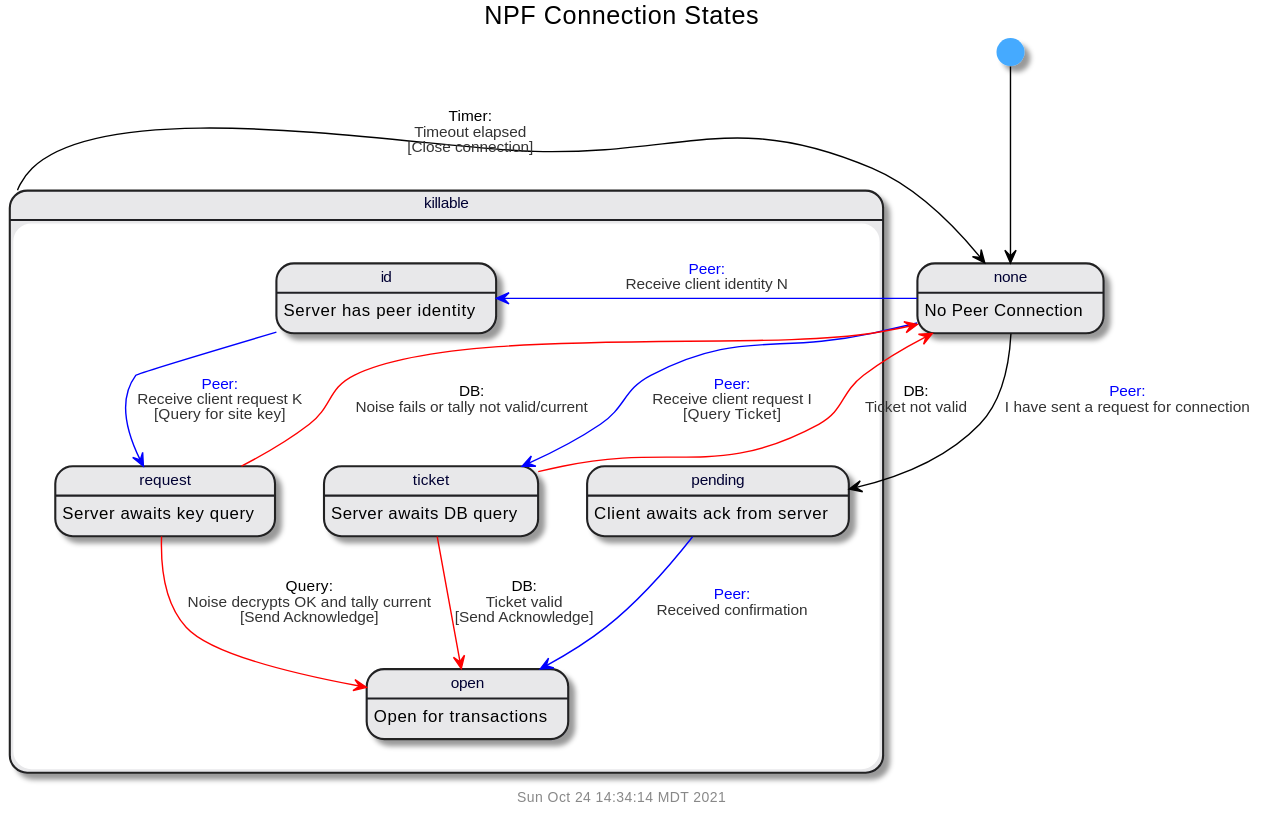
Above: doc/uml/state-noise.svg in gotchoices/MyCHIPs (PlantUML), before the change.
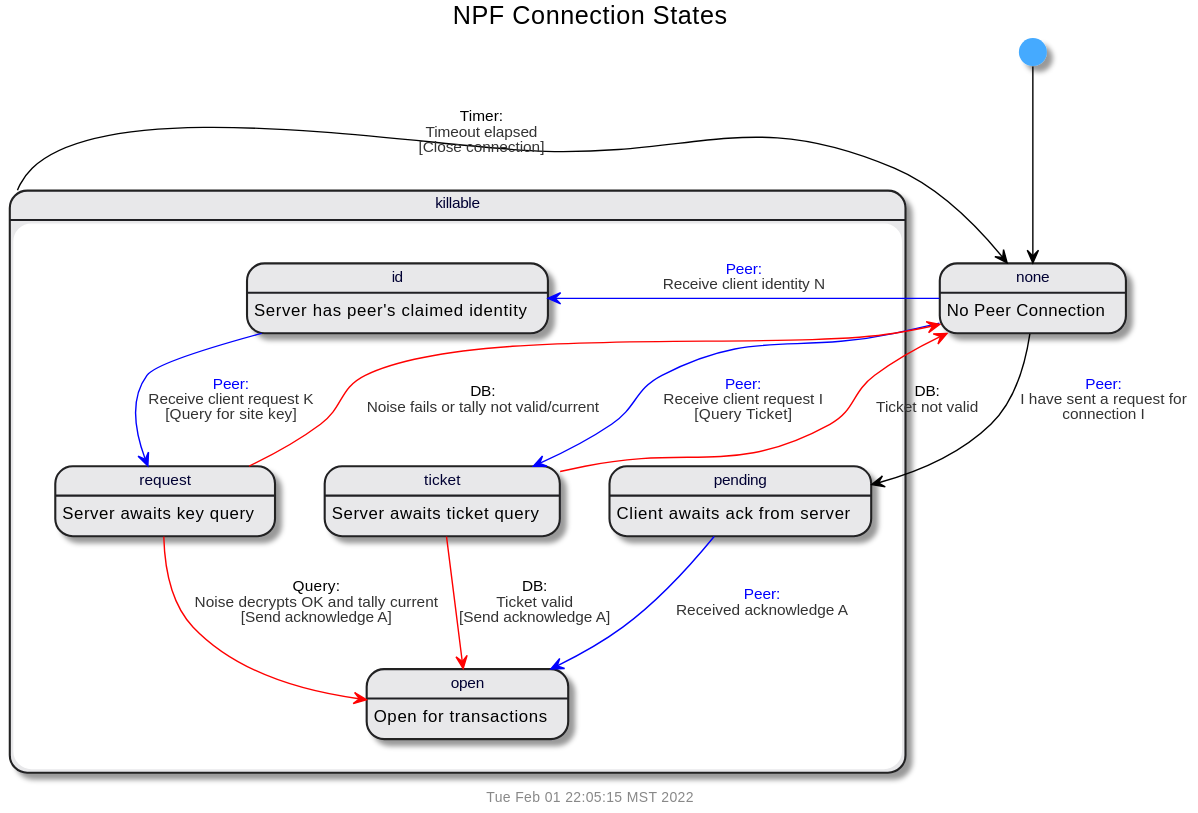
The same diagram one commit later.

What changed in the source:
```diff
@@ -6,8 +6,8 @@
 
 none:  No Peer Connection
 state killable {
-  ticket: Server awaits DB query
-  id: Server has peer identity
+  ticket: Server awaits ticket query
+  id: Server has peer's claimed identity
   request: Server awaits key query
   pending: Client awaits ack from server
   open:  Open for transactions
@@ -15,16 +15,16 @@
 
 none -[$peer]-> ticket: $trans($peer,Receive client request I, Query Ticket)
 ticket -[$db]-> none: $trans(DB,Ticket not valid)
-ticket -[$db]-> open: $trans(DB,Ticket valid, Send Acknowledge)
+ticket -[$db]-> open: $trans(DB,Ticket valid, Send acknowledge A)
 
 killable -up-> none: $trans(Timer,Timeout elapsed, Close connection)
 
 none -[$peer]-> id: $trans($peer,Receive client identity N)
 id -[$peer]-> request: $trans($peer,Receive client request K, Query for site key)
-request -[$db]-> open: $trans(Query, Noise decrypts OK and tally current, Send Acknowledge)
+request -[$db]-> open: $trans(Query, Noise decrypts OK and tally current, Send acknowledge A)
 request -[$db]-> none: $trans(DB, Noise fails or tally not valid/current)
 
-none --> pending: $trans($peer, I have sent a request for connection)
-pending -[$peer]-> open: $trans($peer, Received confirmation)
+none --> pending: $trans($peer, I have sent a request for\nconnection I)
+pending -[$peer]-> open: $trans($peer, Received acknowledge A)
 
 @enduml
```
